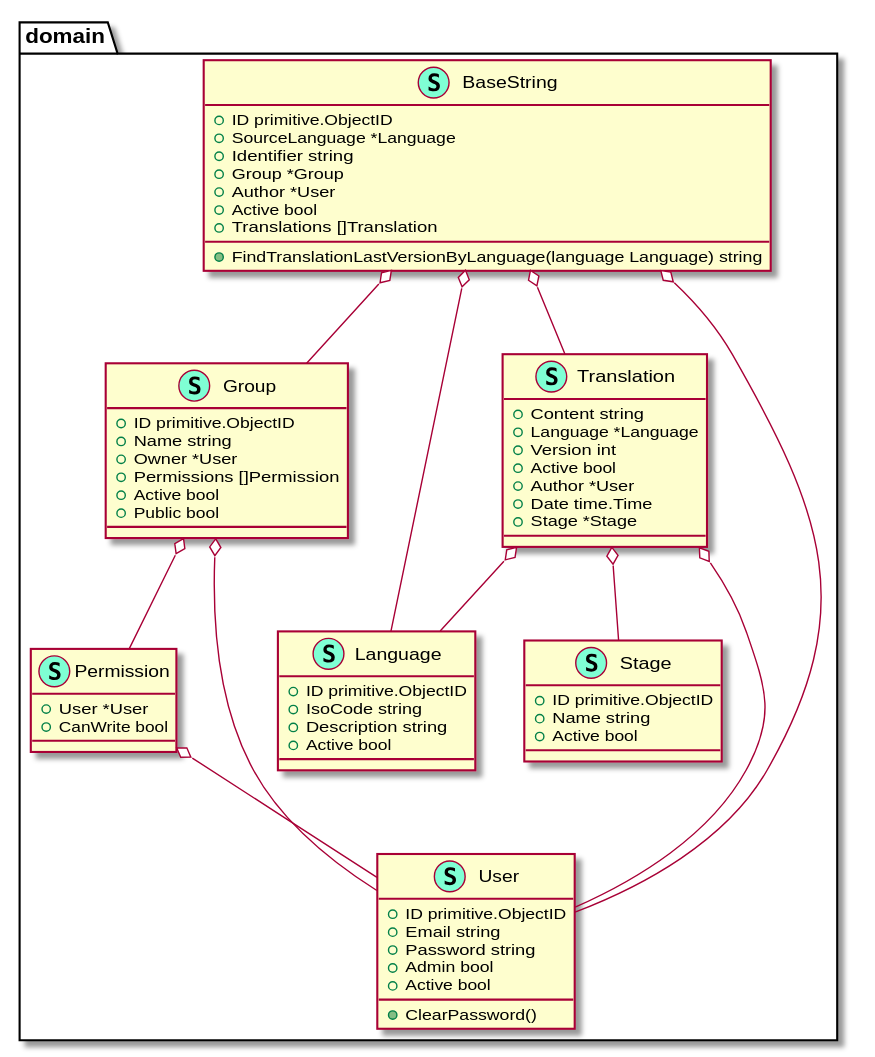
Before: backend/assets/dist/UmlDiagram.svg, a diagram exported from PlantUML (cafeteru/LocalizeMe).
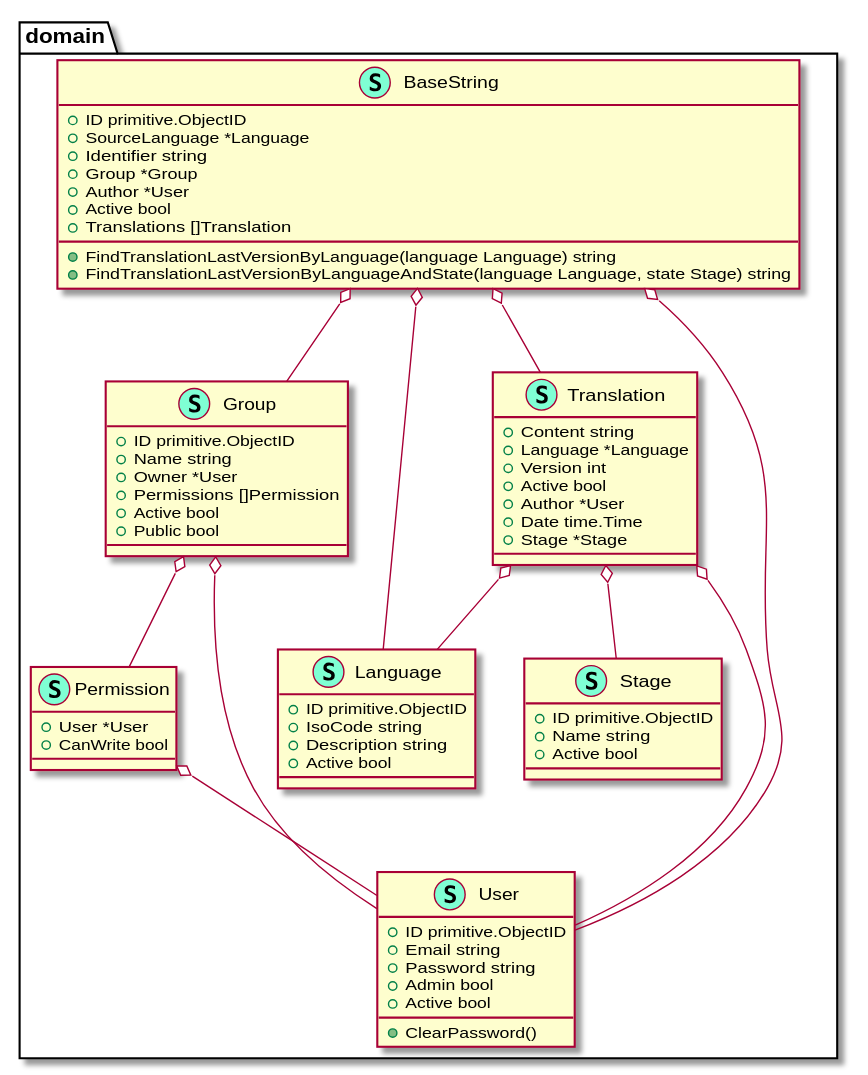
After the commit.

Change to the diagram source:
```diff
@@ -10,6 +10,7 @@
         + Translations []Translation
 
         + FindTranslationLastVersionByLanguage(language Language) string
+        + FindTranslationLastVersionByLanguageAndState(language Language, state Stage) string
 
     }
     class Group << (S,Aquamarine) >> {
```
